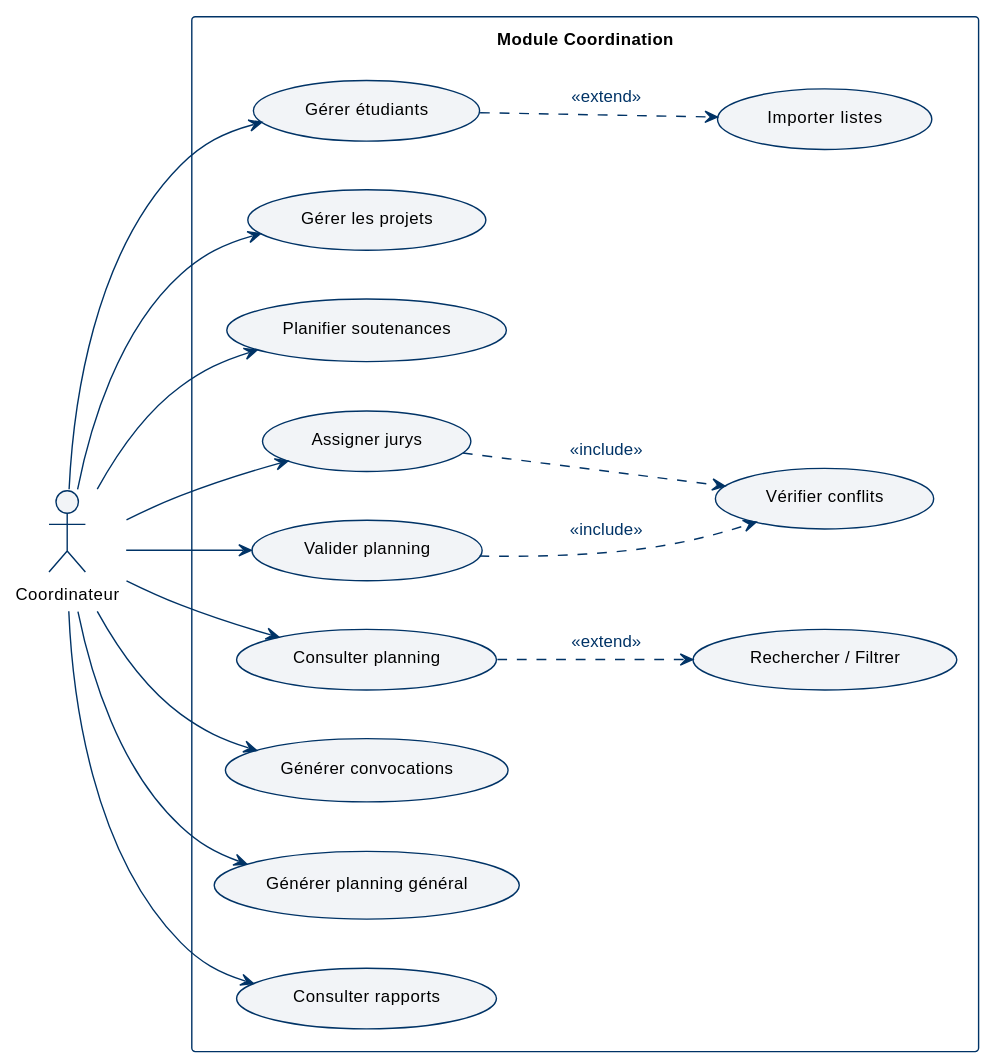
abdelaziz-ebourki/system-gestion-soutenance keeps this PlantUML diagram as diagrams/svg/uc_coordination.svg. Above is the earlier version.
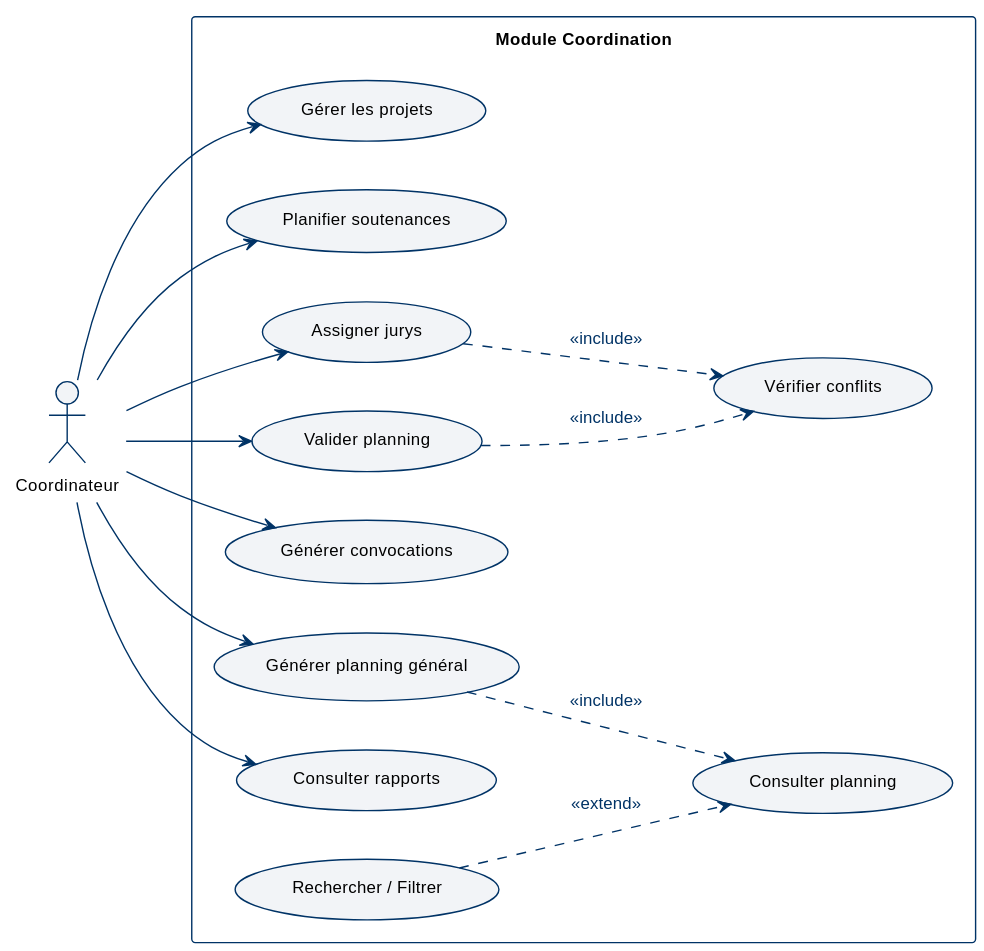
Later version of the same file.

Diff of the diagram source:
```diff
@@ -5,33 +5,29 @@
 actor "Coordinateur" as Coord
 
 rectangle "Module Coordination" {
-    usecase "Gérer étudiants" as UC7
     usecase "Gérer les projets" as UC11
     usecase "Planifier soutenances" as UC4
     usecase "Assigner jurys" as UC1
     usecase "Valider planning" as UC3
-    usecase "Consulter planning" as UC9
     usecase "Générer convocations" as UC5
     usecase "Générer planning général" as UC6
     usecase "Consulter rapports" as UC2
 
-    usecase "Importer listes" as UC8
+    usecase "Consulter planning" as UC9
     usecase "Vérifier conflits" as Check
     usecase "Rechercher / Filtrer" as UC10
 
 
-    UC7 ..> UC8 : <<extend>>
     UC1 ..> Check : <<include>>
     UC3 ..> Check : <<include>>
-    UC9 ..> UC10 : <<extend>>
+    UC6 ..> UC9 : <<include>>
+    UC10 ..> UC9 : <<extend>>
 }
 
-Coord --> UC7
 Coord --> UC11
 Coord --> UC4
 Coord --> UC1
 Coord --> UC3
-Coord --> UC9
 Coord --> UC5
 Coord --> UC6
 Coord --> UC2
```
